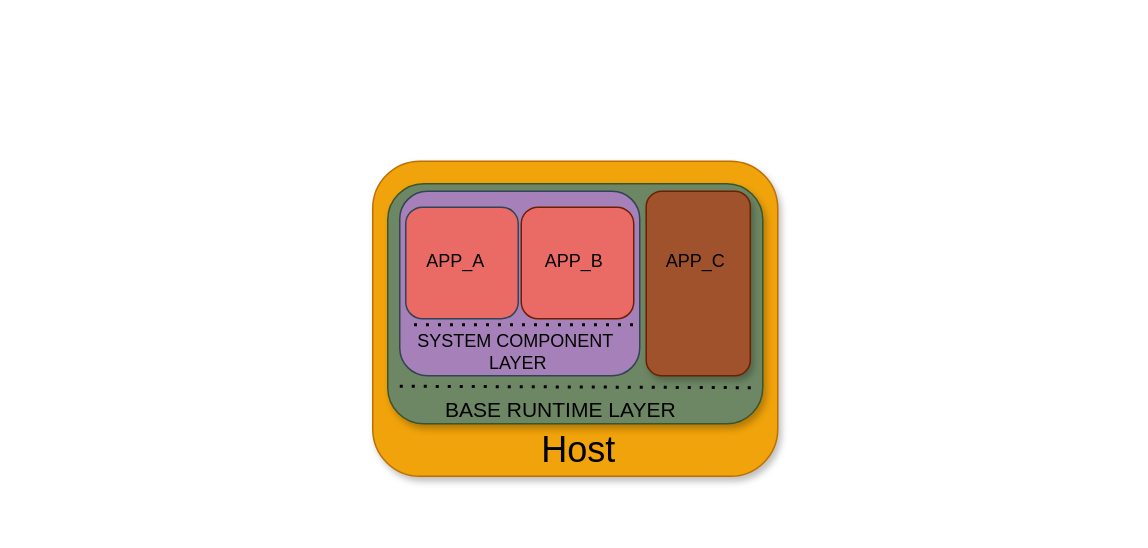
Earlier version of the draw.io diagram page "第 2 页" (2 of 2) of appcomparch.drawio (Doorer/draw.io-1). Source tidied: cells renumbered, new cells numbered last; positions are measured from the earlier drawing's top-left corner, leaving out a move shared by most shapes. Both pictures are drawn from the tidied source at 150%, with x=0, y=0 at pixel (372, 160).
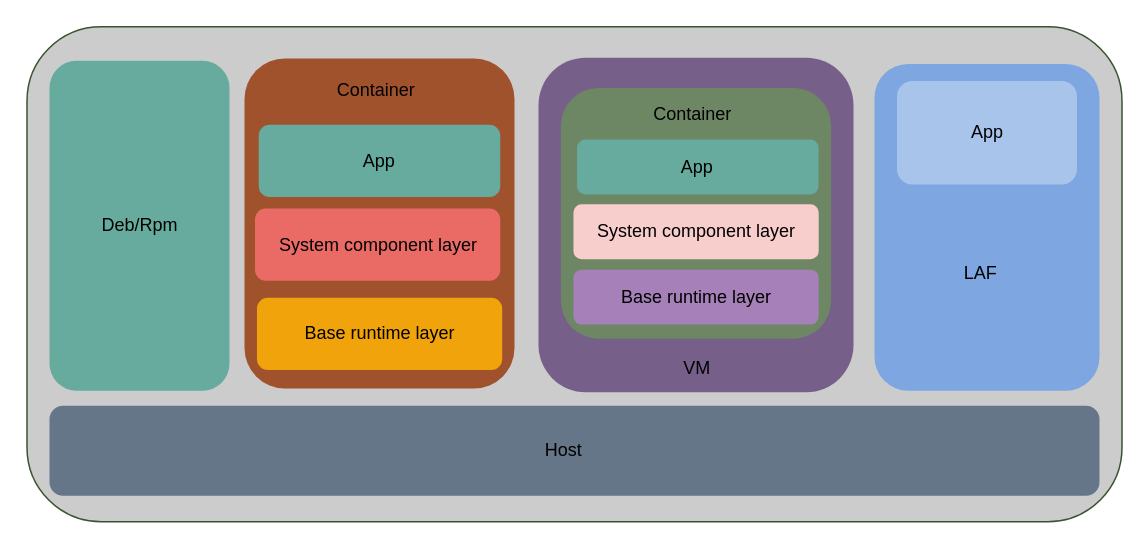
The same page after the edit.

The edit, as a diff of the source:
```diff
@@
-    <mxCell id="2" style="rounded=1;whiteSpace=wrap;html=1;fontSize=24;fontColor=#000000;strokeColor=#BD7000;fillColor=#f0a30a;shadow=1;" parent="1" vertex="1">
-      <mxGeometry width="270" height="210" as="geometry" />
-    </mxCell>
+    <mxCell id="16" style="rounded=1;whiteSpace=wrap;html=1;fontColor=#ffffff;fillColor=#CCCCCC;strokeColor=#3A5431;" parent="1" vertex="1">
+      <mxGeometry x="-230.5" y="-89.7" width="730" height="330" as="geometry" />
+    </mxCell>
+    <mxCell id="17" style="rounded=1;whiteSpace=wrap;html=1;fillColor=#647687;fontColor=#ffffff;strokeColor=none;" parent="1" vertex="1">
+      <mxGeometry x="-215.5" y="163" width="700" height="60" as="geometry" />
+    </mxCell>
-    <mxCell id="3" value="&lt;font style=&quot;font-size: 24px&quot;&gt;Host&lt;/font&gt;" style="text;html=1;align=center;verticalAlign=middle;fillColor=none;strokeColor=none;rounded=0;fontSize=12;" parent="1" vertex="1">
-      <mxGeometry x="106.5" y="183" width="60" height="20" as="geometry" />
+    <mxCell id="3" value="Host" style="text;html=1;align=center;verticalAlign=middle;fillColor=none;strokeColor=none;rounded=0;" parent="1" vertex="1">
+      <mxGeometry x="106.5" y="183" width="40" height="20" as="geometry" />
     </mxCell>
-    <mxCell id="4" style="rounded=1;whiteSpace=wrap;html=1;fontSize=24;fontColor=#ffffff;strokeColor=#3A5431;fillColor=#6d8764;shadow=1;" parent="1" vertex="1">
-      <mxGeometry x="10" y="15" width="250" height="160" as="geometry" />
-    </mxCell>
-    <mxCell id="5" value="&lt;font style=&quot;font-size: 14px&quot;&gt;BASE RUNTIME LAYER&lt;/font&gt;" style="text;html=1;align=center;verticalAlign=middle;fillColor=none;strokeColor=none;rounded=0;fontSize=24;fontColor=#000000;" parent="1" vertex="1">
-      <mxGeometry x="40" y="143" width="170" height="40" as="geometry" />
-    </mxCell>
-    <mxCell id="6" style="endArrow=none;dashed=1;html=1;dashPattern=1 3;strokeWidth=2;rounded=0;fontSize=24;" parent="1" edge="1">
-      <mxGeometry relative="1" as="geometry">
-        <mxPoint x="18" y="150" as="sourcePoint" />
-        <mxPoint x="258" y="151" as="targetPoint" />
-      </mxGeometry>
-    </mxCell>
-    <mxCell id="7" style="rounded=1;whiteSpace=wrap;html=1;fontSize=12;strokeColor=#314354;fillColor=#A680B8;fontColor=#ffffff;" parent="1" vertex="1">
-      <mxGeometry x="18" y="20" width="160" height="123" as="geometry" />
-    </mxCell>
-    <mxCell id="8" style="endArrow=none;dashed=1;html=1;dashPattern=1 3;strokeWidth=2;rounded=0;fontSize=6;" parent="1" edge="1">
-      <mxGeometry relative="1" as="geometry">
-        <mxPoint x="27.5" y="109" as="sourcePoint" />
-        <mxPoint x="177.5" y="109" as="targetPoint" />
-      </mxGeometry>
-    </mxCell>
-    <mxCell id="9" value="&lt;span&gt;SYSTEM COMPONENT&lt;br&gt;&amp;nbsp;LAYER&lt;/span&gt;" style="text;html=1;align=center;verticalAlign=middle;fillColor=none;strokeColor=none;rounded=0;shadow=1;glass=0;sketch=0;fontSize=12;fontColor=#000000;" parent="1" vertex="1">
-      <mxGeometry x="20" y="112" width="150" height="30" as="geometry" />
-    </mxCell>
-    <mxCell id="10" style="rounded=1;whiteSpace=wrap;html=1;fontSize=24;fillColor=#EA6B66;fontColor=#ffffff;strokeColor=#6D1F00;" parent="1" vertex="1">
-      <mxGeometry x="99" y="30.6" width="75" height="74.4" as="geometry" />
-    </mxCell>
-    <mxCell id="11" value="&lt;font style=&quot;font-size: 12px&quot;&gt;APP_B&lt;/font&gt;" style="text;html=1;align=center;verticalAlign=middle;fillColor=none;strokeColor=none;rounded=0;fontSize=24;" parent="1" vertex="1">
-      <mxGeometry x="109" y="42.5" width="50" height="40" as="geometry" />
-    </mxCell>
-    <mxCell id="12" style="rounded=1;whiteSpace=wrap;html=1;fontSize=24;fillColor=#a0522d;fontColor=#ffffff;strokeColor=#6D1F00;shadow=1;" parent="1" vertex="1">
-      <mxGeometry x="182.3" y="20" width="69.4" height="123" as="geometry" />
-    </mxCell>
-    <mxCell id="13" value="&lt;font style=&quot;font-size: 12px&quot;&gt;APP_C&lt;/font&gt;" style="text;html=1;align=center;verticalAlign=middle;fillColor=none;strokeColor=none;rounded=0;fontSize=24;" parent="1" vertex="1">
-      <mxGeometry x="190" y="42.5" width="50" height="40" as="geometry" />
-    </mxCell>
-    <mxCell id="14" style="rounded=1;whiteSpace=wrap;html=1;fontSize=24;fillColor=#EA6B66;fontColor=#ffffff;strokeColor=#314354;" parent="1" vertex="1">
-      <mxGeometry x="22" y="30.6" width="75" height="74.4" as="geometry" />
-    </mxCell>
-    <mxCell id="15" value="&lt;font style=&quot;font-size: 12px&quot;&gt;APP_A&lt;/font&gt;" style="text;html=1;align=center;verticalAlign=middle;fillColor=none;strokeColor=none;rounded=0;fontSize=24;" parent="1" vertex="1">
-      <mxGeometry x="29.5" y="42.5" width="50" height="40" as="geometry" />
-    </mxCell>
+    <mxCell id="18" value="&lt;font color=&quot;#000000&quot;&gt;Deb/Rpm&lt;/font&gt;" style="rounded=1;whiteSpace=wrap;html=1;fillColor=#67AB9F;strokeColor=none;" parent="1" vertex="1">
+      <mxGeometry x="-215.5" y="-67" width="120" height="220" as="geometry" />
+    </mxCell>
+    <mxCell id="19" style="rounded=1;whiteSpace=wrap;html=1;fillColor=#7EA6E0;strokeColor=none;" parent="1" vertex="1">
+      <mxGeometry x="334.5" y="-64.9" width="150" height="217.9" as="geometry" />
+    </mxCell>
+    <mxCell id="20" value="&lt;font color=&quot;#000000&quot;&gt;App&lt;/font&gt;" style="rounded=1;whiteSpace=wrap;html=1;fillColor=#A9C4EB;strokeColor=none;" parent="1" vertex="1">
+      <mxGeometry x="349.5" y="-53.5" width="120" height="69" as="geometry" />
+    </mxCell>
+    <mxCell id="21" style="rounded=1;whiteSpace=wrap;html=1;fillColor=#a0522d;strokeColor=none;fontColor=#ffffff;" parent="1" vertex="1">
+      <mxGeometry x="-85.5" y="-68.5" width="180" height="220" as="geometry" />
+    </mxCell>
+    <mxCell id="22" value="Container" style="text;html=1;align=center;verticalAlign=middle;fillColor=none;strokeColor=none;rounded=0;" parent="1" vertex="1">
+      <mxGeometry x="-33.1" y="-57.5" width="70" height="20" as="geometry" />
+    </mxCell>
+    <mxCell id="23" value="&lt;font color=&quot;#000000&quot;&gt;App&lt;/font&gt;" style="rounded=1;whiteSpace=wrap;html=1;fillColor=#67AB9F;strokeColor=none;" parent="1" vertex="1">
+      <mxGeometry x="-76" y="-24.3" width="161" height="48.1" as="geometry" />
+    </mxCell>
+    <mxCell id="24" value="&lt;span style=&quot;color: rgb(0 , 0 , 0)&quot;&gt;Base runtime layer&lt;/span&gt;" style="rounded=1;whiteSpace=wrap;html=1;fillColor=#f0a30a;fontColor=#000000;strokeColor=none;" parent="1" vertex="1">
+      <mxGeometry x="-77.2" y="91" width="163.5" height="48.1" as="geometry" />
+    </mxCell>
+    <mxCell id="25" value="System component layer" style="rounded=1;whiteSpace=wrap;html=1;fillColor=#EA6B66;strokeColor=none;" parent="1" vertex="1">
+      <mxGeometry x="-78.5" y="31.5" width="163.5" height="48.1" as="geometry" />
+    </mxCell>
+    <mxCell id="26" style="rounded=1;whiteSpace=wrap;html=1;fillColor=#76608a;fontColor=#ffffff;strokeColor=none;" parent="1" vertex="1">
+      <mxGeometry x="110.5" y="-69" width="210" height="223" as="geometry" />
+    </mxCell>
+    <mxCell id="27" value="VM" style="text;html=1;align=center;verticalAlign=middle;fillColor=none;strokeColor=none;rounded=0;" parent="1" vertex="1">
+      <mxGeometry x="200.5" y="127.6" width="30" height="20" as="geometry" />
+    </mxCell>
+    <mxCell id="28" style="rounded=1;whiteSpace=wrap;html=1;fillColor=#6d8764;strokeColor=none;fontColor=#ffffff;" parent="1" vertex="1">
+      <mxGeometry x="125.5" y="-48.9" width="180" height="167.2" as="geometry" />
+    </mxCell>
+    <mxCell id="29" value="Container" style="text;html=1;align=center;verticalAlign=middle;fillColor=none;strokeColor=none;rounded=0;" parent="1" vertex="1">
+      <mxGeometry x="177.9" y="-40.6" width="70" height="20" as="geometry" />
+    </mxCell>
+    <mxCell id="30" value="&lt;font color=&quot;#000000&quot;&gt;App&lt;/font&gt;" style="rounded=1;whiteSpace=wrap;html=1;fillColor=#67AB9F;strokeColor=none;" parent="1" vertex="1">
+      <mxGeometry x="136.2" y="-14.5" width="161" height="36.6" as="geometry" />
+    </mxCell>
+    <mxCell id="31" value="&lt;span style=&quot;color: rgb(0 , 0 , 0)&quot;&gt;Base runtime layer&lt;/span&gt;" style="rounded=1;whiteSpace=wrap;html=1;fillColor=#A680B8;fontColor=#ffffff;strokeColor=none;" parent="1" vertex="1">
+      <mxGeometry x="133.8" y="72.3" width="163.5" height="36.6" as="geometry" />
+    </mxCell>
+    <mxCell id="32" value="System component layer" style="rounded=1;whiteSpace=wrap;html=1;fillColor=#f8cecc;strokeColor=none;" parent="1" vertex="1">
+      <mxGeometry x="133.8" y="28.7" width="163.5" height="36.6" as="geometry" />
+    </mxCell>
+    <mxCell id="33" value="LAF" style="text;html=1;align=center;verticalAlign=middle;fillColor=none;strokeColor=none;rounded=0;" parent="1" vertex="1">
+      <mxGeometry x="384.5" y="65.3" width="40" height="20" as="geometry" />
+    </mxCell>
```
